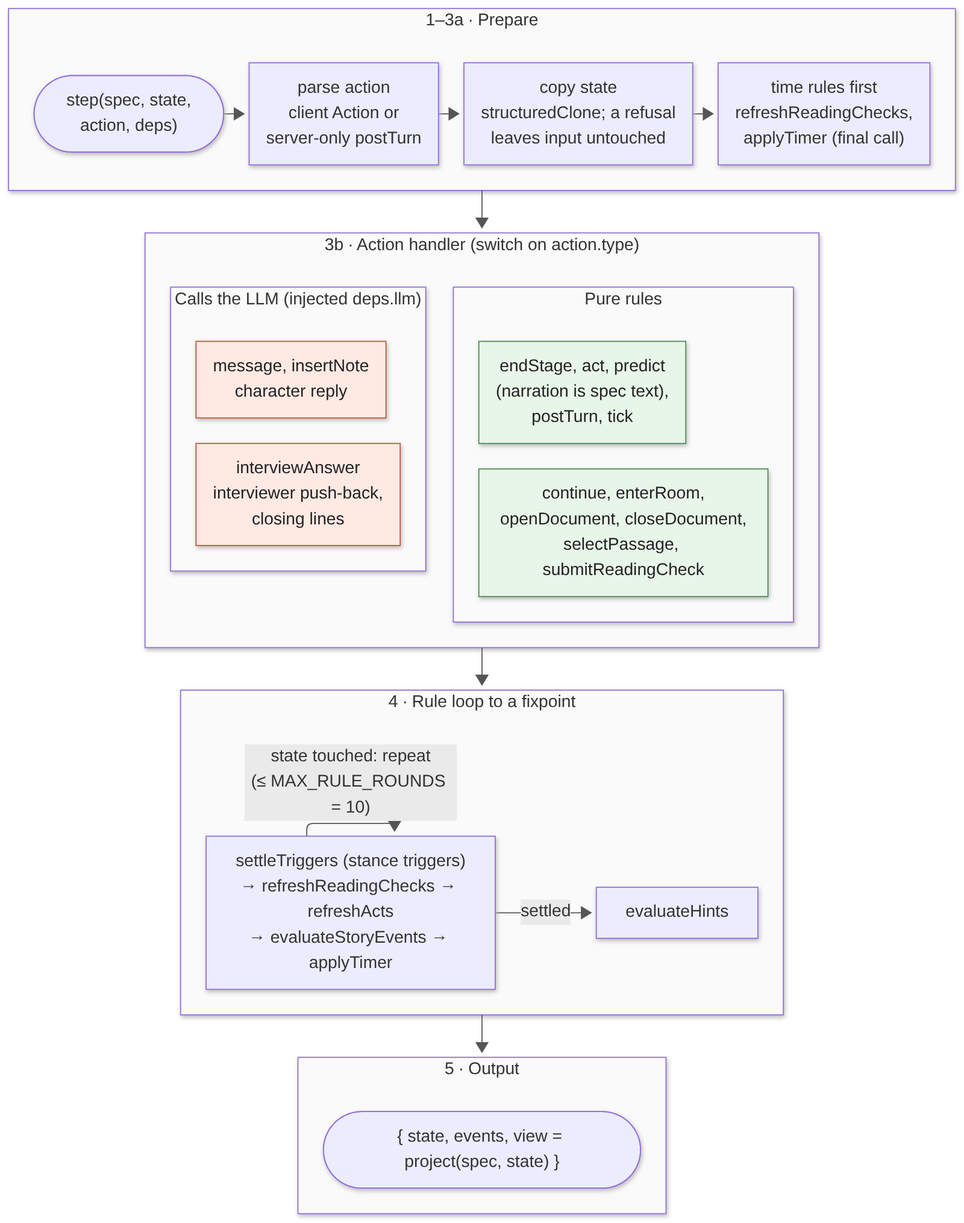
The Mermaid diagram docs/diagrams/png/d4-engine-step.png in damiancxliew/CS3216_Assignment3, before a commit. Its source is kept beside it as docs/diagrams/d4-engine-step.mmd.
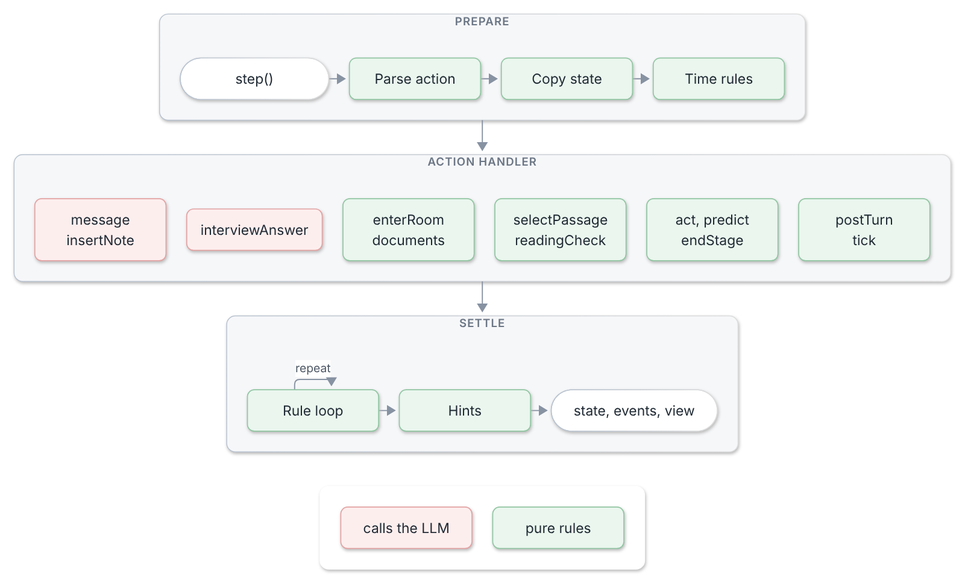
The same file after the commit.

Diff of the diagram source:
```diff
@@ -1,37 +1,36 @@
-flowchart TD
-  subgraph R1["1–3a · Prepare"]
+flowchart TB
+  subgraph PREP["Prepare"]
     direction LR
-    IN(["step(spec, state,<br/>action, deps)"]) --> P["parse action<br/>client Action or<br/>server-only postTurn"]
-    P --> CP["copy state<br/>structuredClone; a refusal<br/>leaves input untouched"]
-    CP --> TIME["time rules first<br/>refreshReadingChecks,<br/>applyTimer (final call)"]
+    IN(["step()"]) --> P["Parse action"] --> CP["Copy state"] --> TIME["Time rules"]
   end
 
-  subgraph R2["3b · Action handler (switch on action.type)"]
-    direction TB
-    subgraph LLMH["Calls the LLM (injected deps.llm)"]
-      MSG["message, insertNote<br/>character reply"]
-      IA["interviewAnswer<br/>interviewer push-back,<br/>closing lines"]
-    end
-    subgraph RULEH["Pure rules"]
-      MOVE["continue, enterRoom,<br/>openDocument, closeDocument,<br/>selectPassage, submitReadingCheck"]
-      MOM["endStage, act, predict<br/>(narration is spec text),<br/>postTurn, tick"]
-    end
+  subgraph H["Action handler"]
+    direction LR
+    MSG["message<br/>insertNote"]
+    IA["interviewAnswer"]
+    MOVE["enterRoom<br/>documents"]
+    READ["selectPassage<br/>readingCheck"]
+    MOM["act, predict<br/>endStage"]
+    SYS["postTurn<br/>tick"]
+    MSG ~~~ IA ~~~ MOVE ~~~ READ ~~~ MOM ~~~ SYS
   end
 
-  subgraph R3["4 · Rule loop to a fixpoint"]
+  subgraph SETTLE["Settle"]
     direction LR
-    LOOP["settleTriggers (stance triggers)<br/>→ refreshReadingChecks → refreshActs<br/>→ evaluateStoryEvents → applyTimer"]
-    LOOP -->|"state touched: repeat<br/>(≤ MAX_RULE_ROUNDS = 10)"| LOOP
-    LOOP -->|settled| HINT["evaluateHints"]
+    LOOP["Rule loop"] -->|repeat| LOOP
+    LOOP --> HINT["Hints"] --> OUT(["state, events, view"])
   end
 
-  subgraph R4["5 · Output"]
-    OUT(["{ state, events, view = project(spec, state) }"])
+  PREP --> H --> SETTLE
+
+  subgraph KEY[" "]
+    direction LR
+    KL["calls the LLM"]:::llm ~~~ KP["pure rules"]:::pure
   end
+  SETTLE ~~~ KEY
 
-  R1 --> R2 --> R3 --> R4
-
-  classDef llm fill:#ffe9e3,stroke:#c0563b,color:#222
-  classDef pure fill:#e8f5e9,stroke:#4f8a55,color:#222
+  classDef llm fill:#fdeeee,stroke:#e3a3a3
+  classDef pure fill:#eaf6ee,stroke:#92c6a3
   class MSG,IA llm
-  class MOVE,MOM pure
+  class MOVE,READ,MOM,SYS,P,CP,TIME,LOOP,HINT pure
+  style KEY fill:#ffffff,stroke:#ffffff
```
